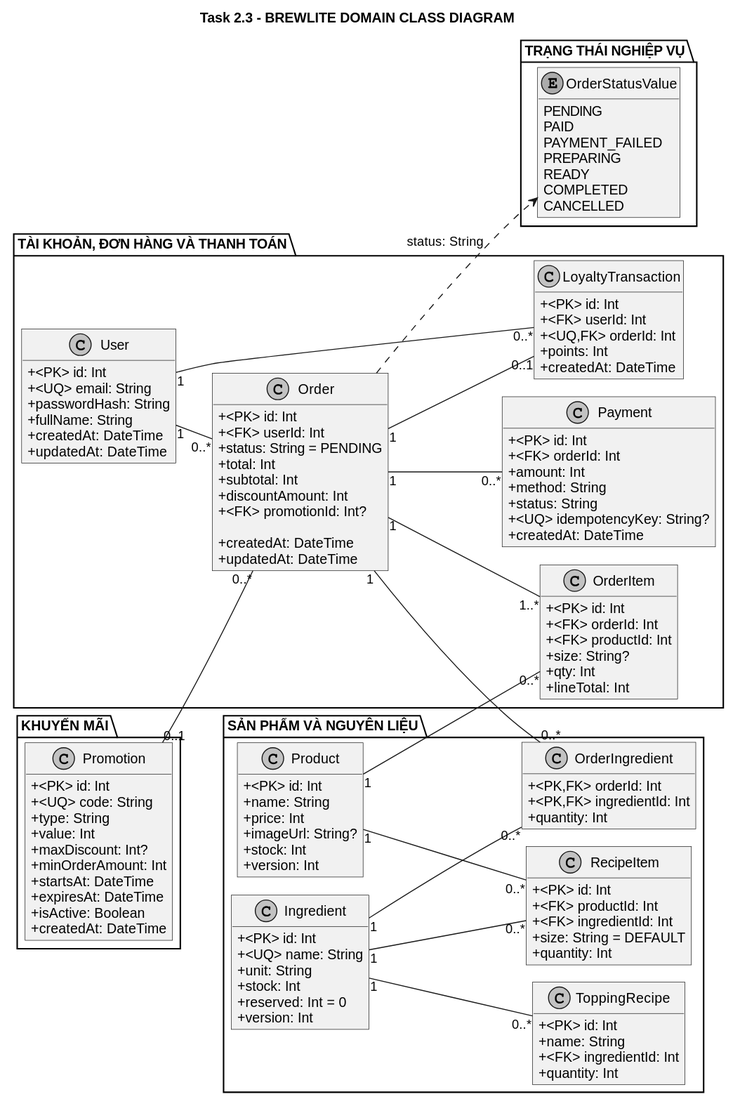
Earlier version of the PlantUML export docs/diagrams/class-domain.svg (leduc16102006-jpg/assiment2). The source it was exported from:
```plantuml
@startuml
!pragma layout smetana
left to right direction
skinparam monochrome true
skinparam shadowing false
skinparam backgroundColor white
skinparam classAttributeIconSize 0
skinparam roundcorner 0
skinparam linetype polyline
skinparam defaultFontName Arial
skinparam nodesep 40
skinparam ranksep 60
hide empty methods
title Task 2.3 - BREWLITE DOMAIN CLASS DIAGRAM

package "TÀI KHOẢN, ĐƠN HÀNG VÀ THANH TOÁN" {
  class User {
    + <PK> id: Int
    + <UQ> email: String
    + passwordHash: String
    + fullName: String
    + createdAt: DateTime
    + updatedAt: DateTime
  }

  class Order {
    + <PK> id: Int
    + <FK> userId: Int
    + status: String = PENDING
    + total: Int
    + subtotal: Int
    + discountAmount: Int
    + <FK> promotionId: Int?

    + createdAt: DateTime
    + updatedAt: DateTime
  }

  class OrderItem {
    + <PK> id: Int
    + <FK> orderId: Int
    + <FK> productId: Int
    + size: String?
    + qty: Int
    + lineTotal: Int
  }

  class Payment {
    + <PK> id: Int
    + <FK> orderId: Int
    + amount: Int
    + method: String
    + status: String
    + <UQ> idempotencyKey: String?
    + createdAt: DateTime
  }

  class LoyaltyTransaction {
    + <PK> id: Int
    + <FK> userId: Int
    + <UQ,FK> orderId: Int
    + points: Int
    + createdAt: DateTime
  }

}

package "SẢN PHẨM VÀ NGUYÊN LIỆU" {
  class Product {
    + <PK> id: Int
    + name: String
    + price: Int
    + imageUrl: String?
    + stock: Int
    + version: Int
  }

  class Ingredient {
    + <PK> id: Int
    + <UQ> name: String
    + unit: String
    + stock: Int
    + reserved: Int = 0
    + version: Int
  }

  class RecipeItem {
    + <PK> id: Int
    + <FK> productId: Int
    + <FK> ingredientId: Int
    + size: String = DEFAULT
    + quantity: Int
  }

  class ToppingRecipe {
    + <PK> id: Int
    + name: String
    + <FK> ingredientId: Int
    + quantity: Int
  }

  class OrderIngredient {
    + <PK,FK> orderId: Int
    + <PK,FK> ingredientId: Int
    + quantity: Int
  }

}

package "KHUYẾN MÃI" {
  class Promotion {
    + <PK> id: Int
    + <UQ> code: String
    + type: String
    + value: Int
    + maxDiscount: Int?
    + minOrderAmount: Int
    + startsAt: DateTime
    + expiresAt: DateTime
    + isActive: Boolean
    + createdAt: DateTime
  }

}

package "TRẠNG THÁI NGHIỆP VỤ" {
 enum OrderStatusValue {
   PENDING
   PAID
   PAYMENT_FAILED
   PREPARING
   READY
   COMPLETED
   CANCELLED
 }
}
Order ..> OrderStatusValue : "status: String"

User "1" -- "0..*" Order
User "1" -- "0..*" LoyaltyTransaction
Order "1" -- "1..*" OrderItem
Order "1" -- "0..*" Payment
Product "1" -- "0..*" OrderItem
Promotion "0..1" -- "0..*" Order
Order "1" -- "0..1" LoyaltyTransaction
Product "1" -- "0..*" RecipeItem
Ingredient "1" -- "0..*" RecipeItem
Ingredient "1" -- "0..*" ToppingRecipe
Order "1" -- "0..*" OrderIngredient
Ingredient "1" -- "0..*" OrderIngredient
@enduml
```
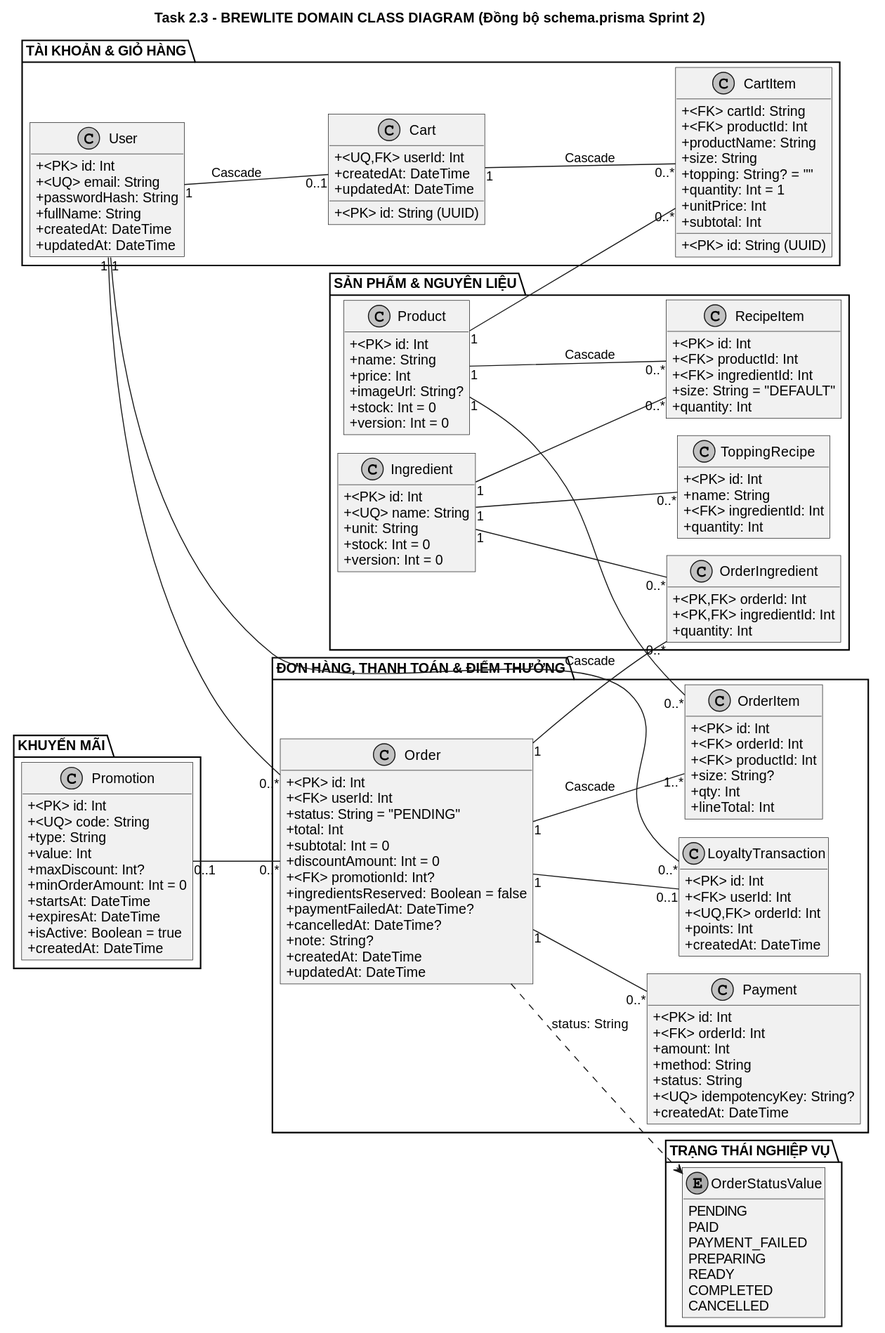
After the commit.

Commit message:
fix(web,api,docs): enforce AC-06.7 order verification, clean VNPay controller and sync all UML/C4 diagrams

The edit, as a diff of the source:
```diff
@@ -11,9 +11,9 @@
 skinparam nodesep 40
 skinparam ranksep 60
 hide empty methods
-title Task 2.3 - BREWLITE DOMAIN CLASS DIAGRAM
+title Task 2.3 - BREWLITE DOMAIN CLASS DIAGRAM (Đồng bộ schema.prisma Sprint 2)
 
-package "TÀI KHOẢN, ĐƠN HÀNG VÀ THANH TOÁN" {
+package "TÀI KHOẢN & GIỎ HÀNG" {
   class User {
     + <PK> id: Int
     + <UQ> email: String
@@ -23,15 +23,39 @@
     + updatedAt: DateTime
   }
 
+  class Cart {
+    + <PK> id: String (UUID)
+    + <UQ,FK> userId: Int
+    + createdAt: DateTime
+    + updatedAt: DateTime
+  }
+
+  class CartItem {
+    + <PK> id: String (UUID)
+    + <FK> cartId: String
+    + <FK> productId: Int
+    + productName: String
+    + size: String
+    + topping: String? = ""
+    + quantity: Int = 1
+    + unitPrice: Int
+    + subtotal: Int
+  }
+}
+
+package "ĐƠN HÀNG, THANH TOÁN & ĐIỂM THƯỞNG" {
   class Order {
     + <PK> id: Int
     + <FK> userId: Int
-    + status: String = PENDING
+    + status: String = "PENDING"
     + total: Int
-    + subtotal: Int
-    + discountAmount: Int
+    + subtotal: Int = 0
+    + discountAmount: Int = 0
     + <FK> promotionId: Int?
-
+    + ingredientsReserved: Boolean = false
+    + paymentFailedAt: DateTime?
+    + cancelledAt: DateTime?
+    + note: String?
     + createdAt: DateTime
     + updatedAt: DateTime
   }
@@ -62,33 +86,31 @@
     + points: Int
     + createdAt: DateTime
   }
-
 }
 
-package "SẢN PHẨM VÀ NGUYÊN LIỆU" {
+package "SẢN PHẨM & NGUYÊN LIỆU" {
   class Product {
     + <PK> id: Int
     + name: String
     + price: Int
     + imageUrl: String?
-    + stock: Int
-    + version: Int
+    + stock: Int = 0
+    + version: Int = 0
   }
 
   class Ingredient {
     + <PK> id: Int
     + <UQ> name: String
     + unit: String
-    + stock: Int
-    + reserved: Int = 0
-    + version: Int
+    + stock: Int = 0
+    + version: Int = 0
   }
 
   class RecipeItem {
     + <PK> id: Int
     + <FK> productId: Int
     + <FK> ingredientId: Int
-    + size: String = DEFAULT
+    + size: String = "DEFAULT"
     + quantity: Int
   }
 
@@ -104,7 +126,6 @@
     + <PK,FK> ingredientId: Int
     + quantity: Int
   }
-
 }
 
 package "KHUYẾN MÃI" {
@@ -114,38 +135,43 @@
     + type: String
     + value: Int
     + maxDiscount: Int?
-    + minOrderAmount: Int
+    + minOrderAmount: Int = 0
     + startsAt: DateTime
     + expiresAt: DateTime
-    + isActive: Boolean
+    + isActive: Boolean = true
     + createdAt: DateTime
   }
-
 }
 
 package "TRẠNG THÁI NGHIỆP VỤ" {
- enum OrderStatusValue {
-   PENDING
-   PAID
-   PAYMENT_FAILED
-   PREPARING
-   READY
-   COMPLETED
-   CANCELLED
- }
+  enum OrderStatusValue {
+    PENDING
+    PAID
+    PAYMENT_FAILED
+    PREPARING
+    READY
+    COMPLETED
+    CANCELLED
+  }
 }
+
 Order ..> OrderStatusValue : "status: String"
+
+User "1" -- "0..1" Cart : "Cascade"
+Cart "1" -- "0..*" CartItem : "Cascade"
+Product "1" -- "0..*" CartItem
 
 User "1" -- "0..*" Order
 User "1" -- "0..*" LoyaltyTransaction
-Order "1" -- "1..*" OrderItem
+Order "1" -- "1..*" OrderItem : "Cascade"
 Order "1" -- "0..*" Payment
 Product "1" -- "0..*" OrderItem
 Promotion "0..1" -- "0..*" Order
 Order "1" -- "0..1" LoyaltyTransaction
-Product "1" -- "0..*" RecipeItem
+
+Product "1" -- "0..*" RecipeItem : "Cascade"
 Ingredient "1" -- "0..*" RecipeItem
 Ingredient "1" -- "0..*" ToppingRecipe
-Order "1" -- "0..*" OrderIngredient
+Order "1" -- "0..*" OrderIngredient : "Cascade"
 Ingredient "1" -- "0..*" OrderIngredient
 @enduml
```
